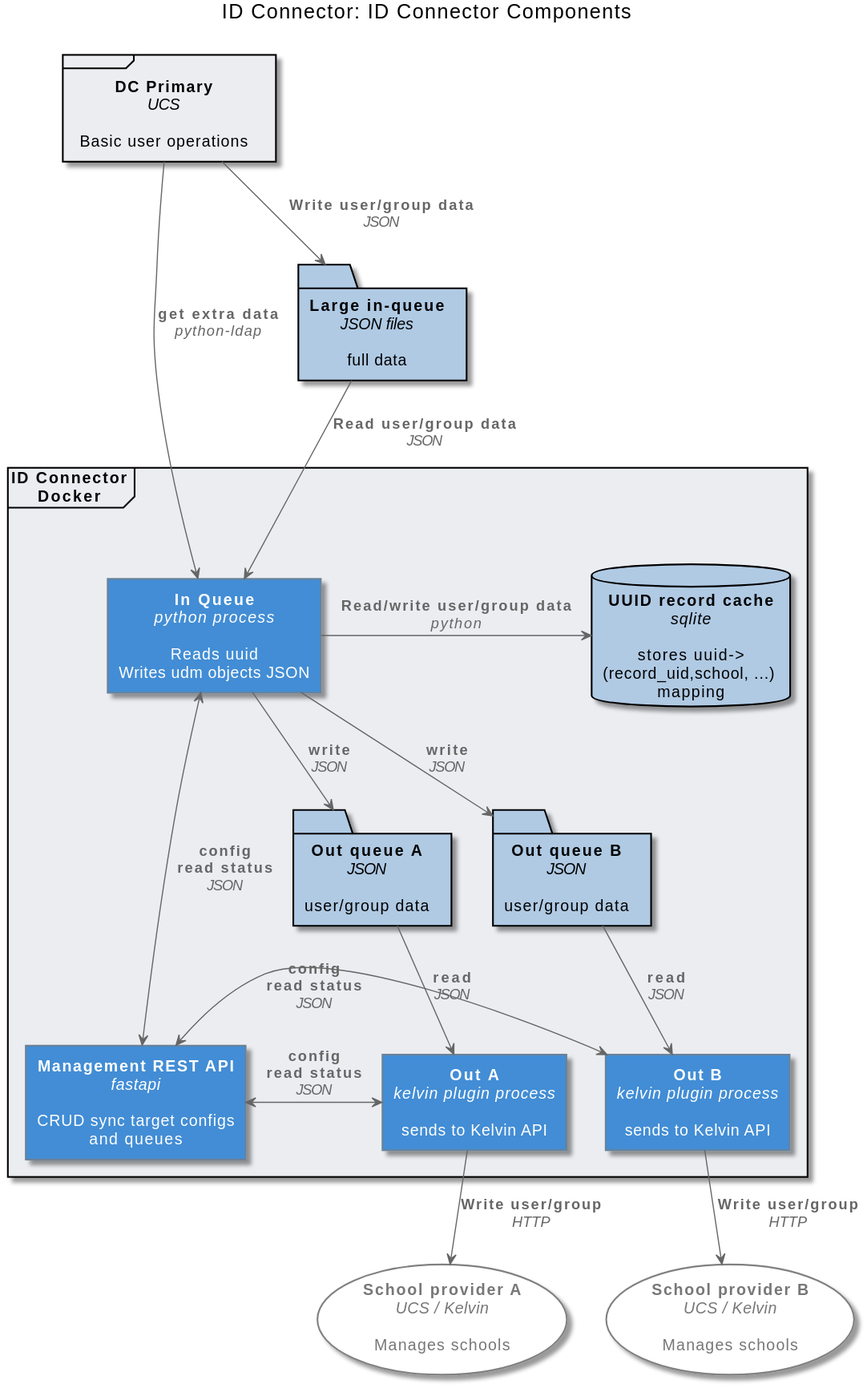
This is docs/source/static/id-connector-container-id-connector.svg from univention/ucsschool-id-connector, a PlantUML export, as it was before one commit.
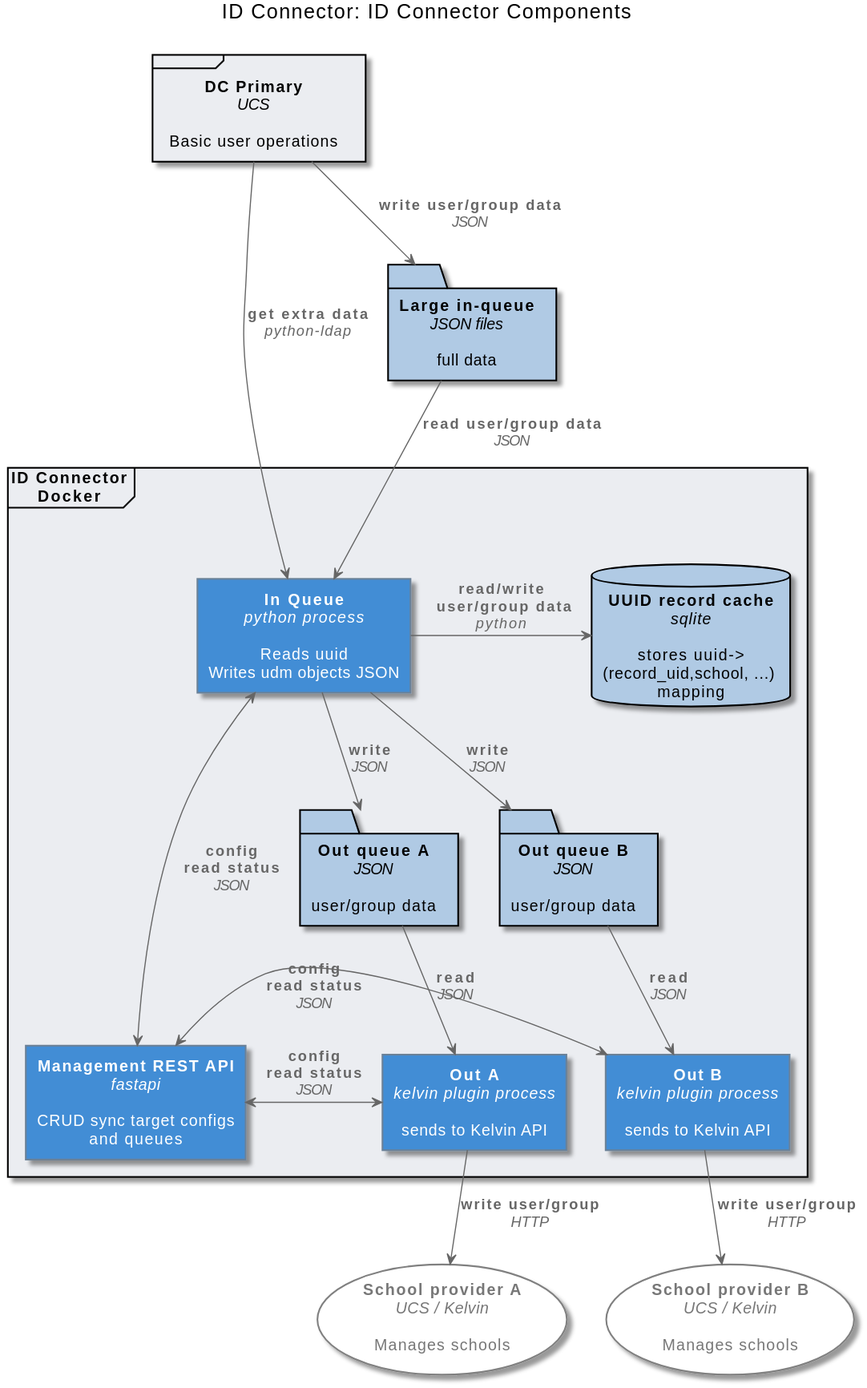
The same diagram one commit later.

Diff of the diagram source:
```diff
@@ -27,17 +27,17 @@
 
 
 
-primary-->large_queue : <b>Write user/group data\n<i>JSON
-large_queue --> daemon: <b>Read user/group data\n<i>JSON
-daemon-right->sqlite: <b>Read/write user/group data\n<i>python
+primary-->large_queue : <b>write user/group data\n<i>JSON
+large_queue --> daemon: <b>read user/group data\n<i>JSON
+daemon-right->sqlite: <b>read/write\n<b> user/group data\n<i>python
 
 
 daemon --> out_queue_a:<b>write\n<i>JSON
 daemon --> out_queue_b:<b>write\n<i>JSON
 out_queue_a --> out_a:<b>read\n<i>JSON
 out_queue_b --> out_b:<b>read\n<i>JSON
-out_a --> school_provider_a:<b>Write user/group\n<i>HTTP
-out_b --> school_provider_b:<b>Write user/group\n<i>HTTP
+out_a --> school_provider_a:<b>write user/group\n<i>HTTP
+out_b --> school_provider_b:<b>write user/group\n<i>HTTP
 
 
 daemon <--> management_api:<b>config\n<b>read status\n<i>JSON
```
